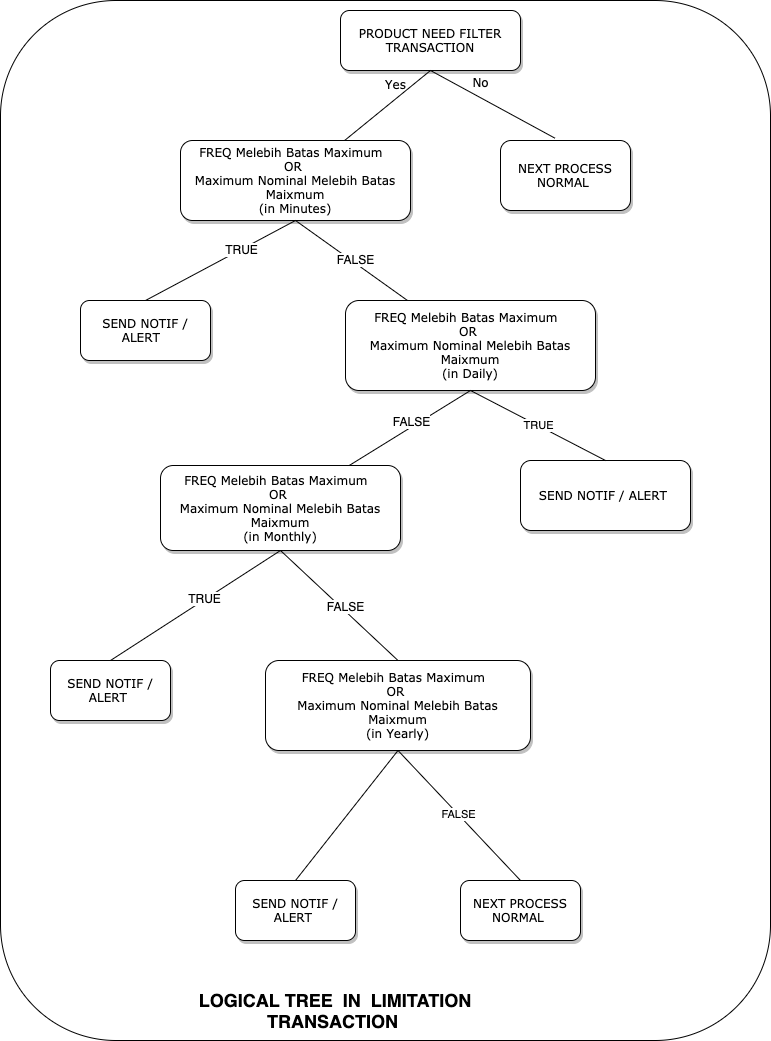
iketutg/raharja-tugas-02 keeps this draw.io diagram as logical_tree.png. Above is the earlier version. Source tidied: cells renumbered, new cells last; positions are measured from the earlier drawing's top-left corner, leaving out a move shared by most shapes. The source it was exported from:
```xml
<mxGraphModel>
  <root>
    <mxCell id="0" />
    <mxCell id="1" parent="0" />
    <mxCell id="2" style="rounded=1;whiteSpace=wrap;html=1;" parent="1" vertex="1">
      <mxGeometry width="770" height="1040" as="geometry" />
    </mxCell>
    <mxCell id="3" value="PRODUCT NEED FILTER TRANSACTION" style="whiteSpace=wrap;html=1;rounded=1;shadow=1;labelBackgroundColor=none;strokeWidth=1;fontFamily=Verdana;fontSize=12;align=center;" parent="1" vertex="1">
      <mxGeometry x="340" y="10" width="180" height="60" as="geometry" />
    </mxCell>
    <mxCell id="4" value="FREQ Melebih Batas Maximum&amp;nbsp; &lt;br&gt;OR&amp;nbsp;&lt;br&gt;Maximum Nominal Melebih Batas Maixmum&lt;br&gt;(in Minutes)" style="whiteSpace=wrap;html=1;rounded=1;shadow=1;labelBackgroundColor=none;strokeWidth=1;fontFamily=Verdana;fontSize=12;align=center;" parent="1" vertex="1">
      <mxGeometry x="180" y="140" width="230" height="80" as="geometry" />
    </mxCell>
    <mxCell id="5" value="NEXT PROCESS NORMAL&amp;nbsp;" style="whiteSpace=wrap;html=1;rounded=1;shadow=1;labelBackgroundColor=none;strokeWidth=1;fontFamily=Verdana;fontSize=12;align=center;" parent="1" vertex="1">
      <mxGeometry x="500" y="140" width="130" height="70" as="geometry" />
    </mxCell>
    <mxCell id="6" value="No" style="rounded=0;html=1;labelBackgroundColor=none;startArrow=none;startFill=0;startSize=5;endArrow=none;endFill=0;endSize=5;jettySize=auto;strokeWidth=1;fontFamily=Verdana;fontSize=12;exitX=0.5;exitY=1;exitDx=0;exitDy=0;entryX=0.419;entryY=-0.033;entryDx=0;entryDy=0;entryPerimeter=0;" parent="1" edge="1" source="3" target="5">
      <mxGeometry x="-0.3" y="13" relative="1" as="geometry" />
    </mxCell>
    <mxCell id="7" value="Yes" style="rounded=0;html=1;labelBackgroundColor=none;startArrow=none;startFill=0;startSize=5;endArrow=none;endFill=0;endSize=5;jettySize=auto;strokeWidth=1;fontFamily=Verdana;fontSize=12;exitX=0.5;exitY=1;exitDx=0;exitDy=0;" parent="1" edge="1" source="3" target="4">
      <mxGeometry x="-0.36" y="-11" relative="1" as="geometry" />
    </mxCell>
    <mxCell id="8" value="FREQ Melebih Batas Maximum&amp;nbsp;&amp;nbsp;&lt;br&gt;OR&amp;nbsp;&lt;br&gt;Maximum Nominal Melebih Batas Maixmum&lt;br&gt;(in Daily)" style="whiteSpace=wrap;html=1;rounded=1;shadow=1;labelBackgroundColor=none;strokeWidth=1;fontFamily=Verdana;fontSize=12;align=center;" parent="1" vertex="1">
      <mxGeometry x="345" y="300" width="250" height="90" as="geometry" />
    </mxCell>
    <mxCell id="9" value="FREQ Melebih Batas Maximum&amp;nbsp;&amp;nbsp;&lt;br&gt;OR&amp;nbsp;&lt;br&gt;Maximum Nominal Melebih Batas Maixmum&lt;br&gt;(in Monthly)&lt;span&gt;&lt;br&gt;&lt;/span&gt;" style="whiteSpace=wrap;html=1;rounded=1;shadow=1;labelBackgroundColor=none;strokeWidth=1;fontFamily=Verdana;fontSize=12;align=center;" parent="1" vertex="1">
      <mxGeometry x="160" y="465" width="240" height="85" as="geometry" />
    </mxCell>
    <mxCell id="10" style="rounded=0;html=1;labelBackgroundColor=none;startArrow=none;startFill=0;startSize=5;endArrow=none;endFill=0;endSize=5;jettySize=auto;strokeWidth=1;fontFamily=Verdana;fontSize=12;exitX=0.5;exitY=1;exitDx=0;exitDy=0;" parent="1" edge="1" source="4" target="8">
      <mxGeometry x="-0.25" y="-12" relative="1" as="geometry" />
    </mxCell>
    <mxCell id="11" value="FALSE" style="text;html=1;align=center;verticalAlign=middle;labelBackgroundColor=#ffffff;" parent="10" vertex="1">
      <mxGeometry x="0.01" y="3" relative="1" as="geometry" />
    </mxCell>
    <mxCell id="12" style="rounded=0;html=1;labelBackgroundColor=none;startArrow=none;startFill=0;startSize=5;endArrow=none;endFill=0;endSize=5;jettySize=auto;strokeWidth=1;fontFamily=Verdana;fontSize=12;entryX=0.5;entryY=0;entryDx=0;entryDy=0;exitX=0.5;exitY=1;exitDx=0;exitDy=0;" parent="1" edge="1" source="4" target="20">
      <mxGeometry x="-0.2" y="14" relative="1" as="geometry" />
    </mxCell>
    <mxCell id="13" value="TRUE" style="text;html=1;align=center;verticalAlign=middle;labelBackgroundColor=#ffffff;" parent="12" vertex="1">
      <mxGeometry x="-0.28" y="-1" relative="1" as="geometry" />
    </mxCell>
    <mxCell id="14" style="rounded=0;html=1;labelBackgroundColor=none;startArrow=none;startFill=0;startSize=5;endArrow=none;endFill=0;endSize=5;jettySize=auto;strokeWidth=1;fontFamily=Verdana;fontSize=12;exitX=0.5;exitY=1;exitDx=0;exitDy=0;" parent="1" edge="1" source="8" target="9">
      <mxGeometry x="-0.28" y="12" relative="1" as="geometry" />
    </mxCell>
    <mxCell id="15" value="FALSE" style="text;html=1;align=center;verticalAlign=middle;labelBackgroundColor=#ffffff;" parent="14" vertex="1">
      <mxGeometry x="-0.16" y="-4" relative="1" as="geometry">
        <mxPoint x="-6.9" y="1.8" as="offset" />
      </mxGeometry>
    </mxCell>
    <mxCell id="16" style="rounded=0;html=1;labelBackgroundColor=none;startArrow=none;startFill=0;startSize=5;endArrow=none;endFill=0;endSize=5;jettySize=auto;strokeWidth=1;fontFamily=Verdana;fontSize=12;exitX=0.5;exitY=1;exitDx=0;exitDy=0;entryX=0.5;entryY=0;entryDx=0;entryDy=0;" parent="1" edge="1" source="9" target="28">
      <mxGeometry y="-12" relative="1" as="geometry" />
    </mxCell>
    <mxCell id="17" value="TRUE" style="text;html=1;align=center;verticalAlign=middle;labelBackgroundColor=#ffffff;" parent="16" vertex="1">
      <mxGeometry x="-0.11" y="-2" relative="1" as="geometry" />
    </mxCell>
    <mxCell id="18" style="rounded=0;html=1;labelBackgroundColor=none;startArrow=none;startFill=0;startSize=5;endArrow=none;endFill=0;endSize=5;jettySize=auto;strokeWidth=1;fontFamily=Verdana;fontSize=12;exitX=0.5;exitY=1;exitDx=0;exitDy=0;entryX=0.5;entryY=0;entryDx=0;entryDy=0;" parent="1" edge="1" source="9" target="22">
      <mxGeometry x="0.16" y="32" relative="1" as="geometry" />
    </mxCell>
    <mxCell id="19" value="FALSE" style="text;html=1;align=center;verticalAlign=middle;labelBackgroundColor=#ffffff;" parent="18" vertex="1">
      <mxGeometry x="0.04" y="4" relative="1" as="geometry">
        <mxPoint y="1" as="offset" />
      </mxGeometry>
    </mxCell>
    <mxCell id="20" value="SEND NOTIF / ALERT&amp;nbsp;&amp;nbsp;" style="whiteSpace=wrap;html=1;rounded=1;shadow=1;labelBackgroundColor=none;strokeWidth=1;fontFamily=Verdana;fontSize=12;align=center;" parent="1" vertex="1">
      <mxGeometry x="80" y="300" width="130" height="60" as="geometry" />
    </mxCell>
    <mxCell id="21" value="SEND NOTIF / ALERT&amp;nbsp;&lt;span&gt;&lt;br&gt;&lt;/span&gt;" style="whiteSpace=wrap;html=1;rounded=1;shadow=1;labelBackgroundColor=none;strokeWidth=1;fontFamily=Verdana;fontSize=12;align=center;" parent="1" vertex="1">
      <mxGeometry x="520" y="460" width="170" height="70" as="geometry" />
    </mxCell>
    <mxCell id="22" value="FREQ Melebih Batas Maximum&amp;nbsp;&amp;nbsp;&lt;br&gt;OR&amp;nbsp;&lt;br&gt;Maximum Nominal Melebih Batas Maixmum&lt;br&gt;(in Yearly)&lt;span&gt;&lt;br&gt;&lt;/span&gt;" style="whiteSpace=wrap;html=1;rounded=1;shadow=1;labelBackgroundColor=none;strokeWidth=1;fontFamily=Verdana;fontSize=12;align=center;" parent="1" vertex="1">
      <mxGeometry x="265" y="660" width="265" height="90" as="geometry" />
    </mxCell>
    <mxCell id="23" value="&lt;span&gt;SEND NOTIF / ALERT&amp;nbsp;&lt;br&gt;&lt;/span&gt;" style="whiteSpace=wrap;html=1;rounded=1;shadow=1;labelBackgroundColor=none;strokeWidth=1;fontFamily=Verdana;fontSize=12;align=center;" parent="1" vertex="1">
      <mxGeometry x="235" y="880" width="120" height="60" as="geometry" />
    </mxCell>
    <mxCell id="24" style="endArrow=none;html=1;entryX=0.5;entryY=1;entryDx=0;entryDy=0;exitX=0.5;exitY=0;exitDx=0;exitDy=0;" parent="1" edge="1" source="23" target="22">
      <mxGeometry relative="1" as="geometry" />
    </mxCell>
    <mxCell id="25" value="FALSE" style="endArrow=none;html=1;entryX=0.5;entryY=1;entryDx=0;entryDy=0;exitX=0.5;exitY=0;exitDx=0;exitDy=0;" parent="1" edge="1" source="26" target="22">
      <mxGeometry relative="1" as="geometry" />
    </mxCell>
    <mxCell id="26" value="NEXT PROCESS NORMAL&amp;nbsp;&lt;span&gt;&lt;br&gt;&lt;/span&gt;" style="whiteSpace=wrap;html=1;rounded=1;shadow=1;labelBackgroundColor=none;strokeWidth=1;fontFamily=Verdana;fontSize=12;align=center;" parent="1" vertex="1">
      <mxGeometry x="460" y="880" width="120" height="60" as="geometry" />
    </mxCell>
    <mxCell id="27" value="TRUE" style="endArrow=none;html=1;exitX=0.5;exitY=0;exitDx=0;exitDy=0;" parent="1" edge="1" source="21">
      <mxGeometry relative="1" as="geometry">
        <mxPoint x="470" y="390" as="targetPoint" />
      </mxGeometry>
    </mxCell>
    <mxCell id="28" value="&lt;span&gt;SEND NOTIF / ALERT&amp;nbsp;&lt;br&gt;&lt;/span&gt;" style="whiteSpace=wrap;html=1;rounded=1;shadow=1;labelBackgroundColor=none;strokeWidth=1;fontFamily=Verdana;fontSize=12;align=center;" parent="1" vertex="1">
      <mxGeometry x="50" y="660" width="120" height="60" as="geometry" />
    </mxCell>
    <mxCell id="29" value="&lt;b&gt;&lt;font style=&quot;font-size: 18px&quot;&gt;LOGICAL TREE&amp;nbsp; IN&amp;nbsp; LIMITATION TRANSACTION&amp;nbsp;&lt;/font&gt;&lt;/b&gt;" style="text;html=1;strokeColor=none;fillColor=none;align=center;verticalAlign=middle;whiteSpace=wrap;rounded=0;" parent="1" vertex="1">
      <mxGeometry x="150" y="1000" width="370" height="20" as="geometry" />
    </mxCell>
  </root>
</mxGraphModel>
```
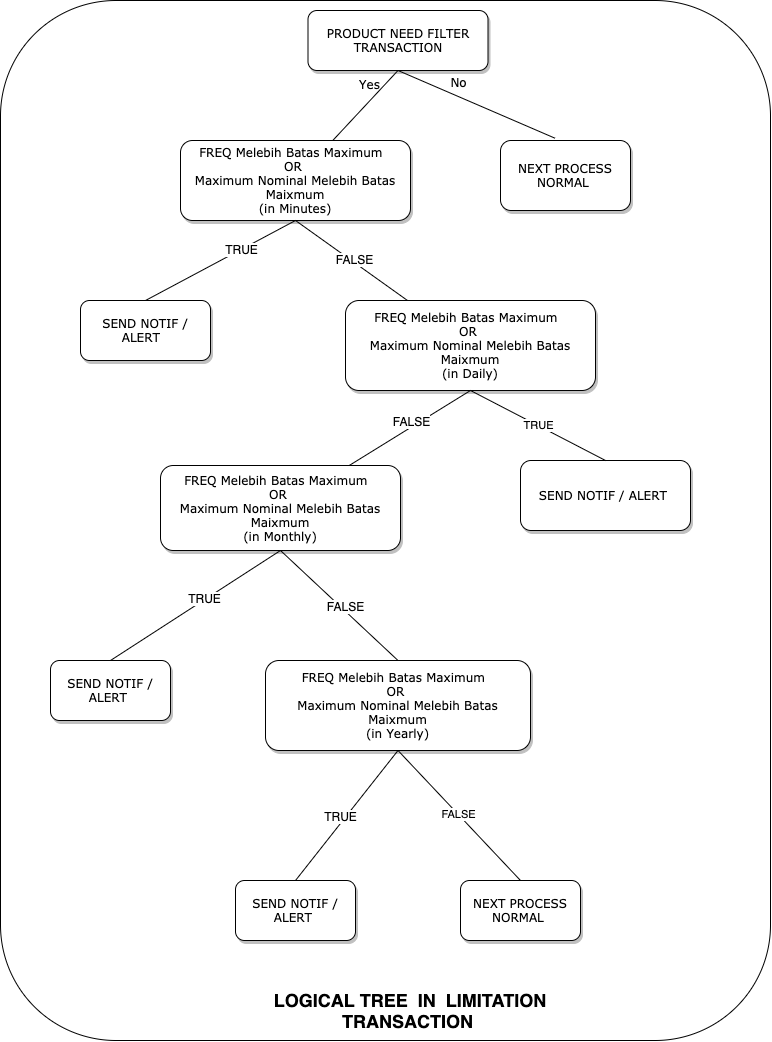
The same file after the commit.

What changed in the source:
```diff
@@ -6,7 +6,7 @@
       <mxGeometry width="770" height="1040" as="geometry" />
     </mxCell>
     <mxCell id="3" value="PRODUCT NEED FILTER TRANSACTION" style="whiteSpace=wrap;html=1;rounded=1;shadow=1;labelBackgroundColor=none;strokeWidth=1;fontFamily=Verdana;fontSize=12;align=center;" parent="1" vertex="1">
-      <mxGeometry x="340" y="10" width="180" height="60" as="geometry" />
+      <mxGeometry x="307.5" y="10" width="180" height="60" as="geometry" />
     </mxCell>
     <mxCell id="4" value="FREQ Melebih Batas Maximum&amp;nbsp; &lt;br&gt;OR&amp;nbsp;&lt;br&gt;Maximum Nominal Melebih Batas Maixmum&lt;br&gt;(in Minutes)" style="whiteSpace=wrap;html=1;rounded=1;shadow=1;labelBackgroundColor=none;strokeWidth=1;fontFamily=Verdana;fontSize=12;align=center;" parent="1" vertex="1">
       <mxGeometry x="180" y="140" width="230" height="80" as="geometry" />
@@ -75,6 +75,9 @@
     <mxCell id="24" style="endArrow=none;html=1;entryX=0.5;entryY=1;entryDx=0;entryDy=0;exitX=0.5;exitY=0;exitDx=0;exitDy=0;" parent="1" edge="1" source="23" target="22">
       <mxGeometry relative="1" as="geometry" />
     </mxCell>
+    <mxCell id="30" value="TRUE" style="text;html=1;align=center;verticalAlign=middle;labelBackgroundColor=#ffffff;" parent="24" vertex="1">
+      <mxGeometry x="-0.05" y="5" relative="1" as="geometry" />
+    </mxCell>
     <mxCell id="25" value="FALSE" style="endArrow=none;html=1;entryX=0.5;entryY=1;entryDx=0;entryDy=0;exitX=0.5;exitY=0;exitDx=0;exitDy=0;" parent="1" edge="1" source="26" target="22">
       <mxGeometry relative="1" as="geometry" />
     </mxCell>
@@ -90,7 +93,7 @@
       <mxGeometry x="50" y="660" width="120" height="60" as="geometry" />
     </mxCell>
     <mxCell id="29" value="&lt;b&gt;&lt;font style=&quot;font-size: 18px&quot;&gt;LOGICAL TREE&amp;nbsp; IN&amp;nbsp; LIMITATION TRANSACTION&amp;nbsp;&lt;/font&gt;&lt;/b&gt;" style="text;html=1;strokeColor=none;fillColor=none;align=center;verticalAlign=middle;whiteSpace=wrap;rounded=0;" parent="1" vertex="1">
-      <mxGeometry x="150" y="1000" width="370" height="20" as="geometry" />
+      <mxGeometry x="225" y="1000" width="370" height="20" as="geometry" />
     </mxCell>
   </root>
 </mxGraphModel>
```
